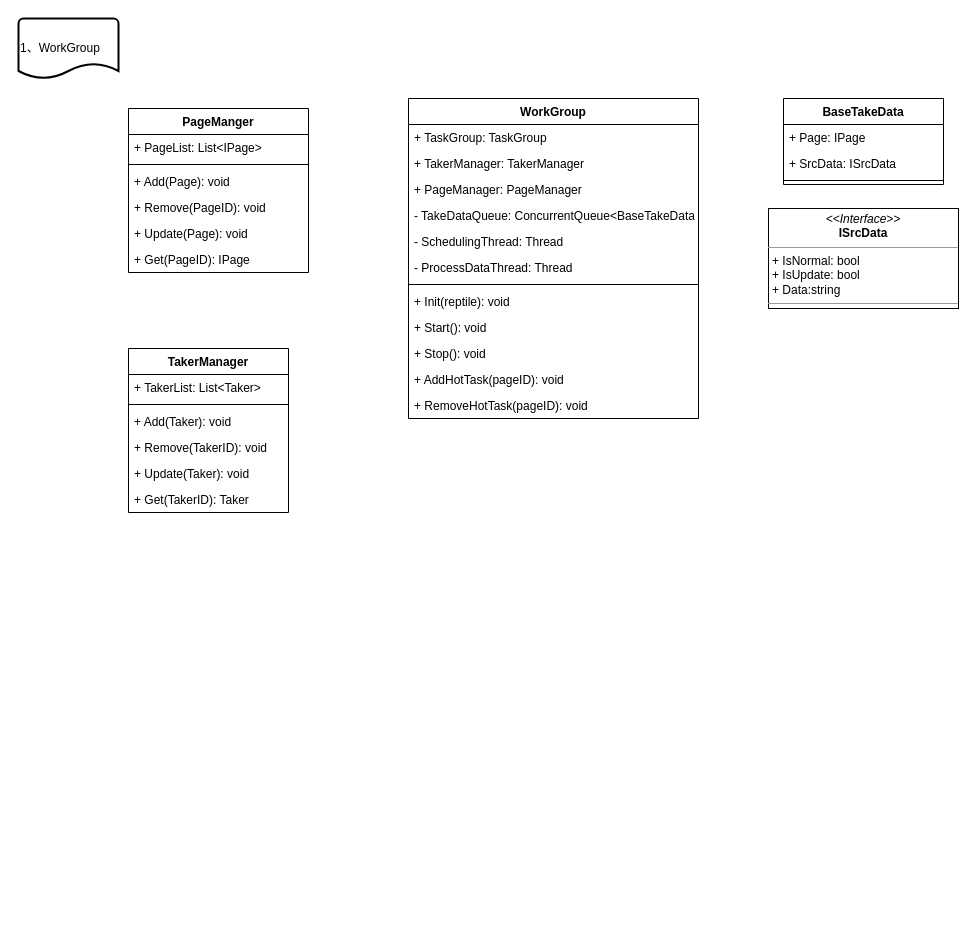
This is page "中心模块" (5 of 8) of Designs.drawio from AugustusGao/CommonReptile, a draw.io file, before an edit. Source tidied: cells renumbered, new cells numbered last; positions are measured from the earlier drawing's top-left corner, leaving out a move shared by most shapes. Both pictures are drawn from the tidied source at 100%, with x=0, y=0 at pixel (18, 18).
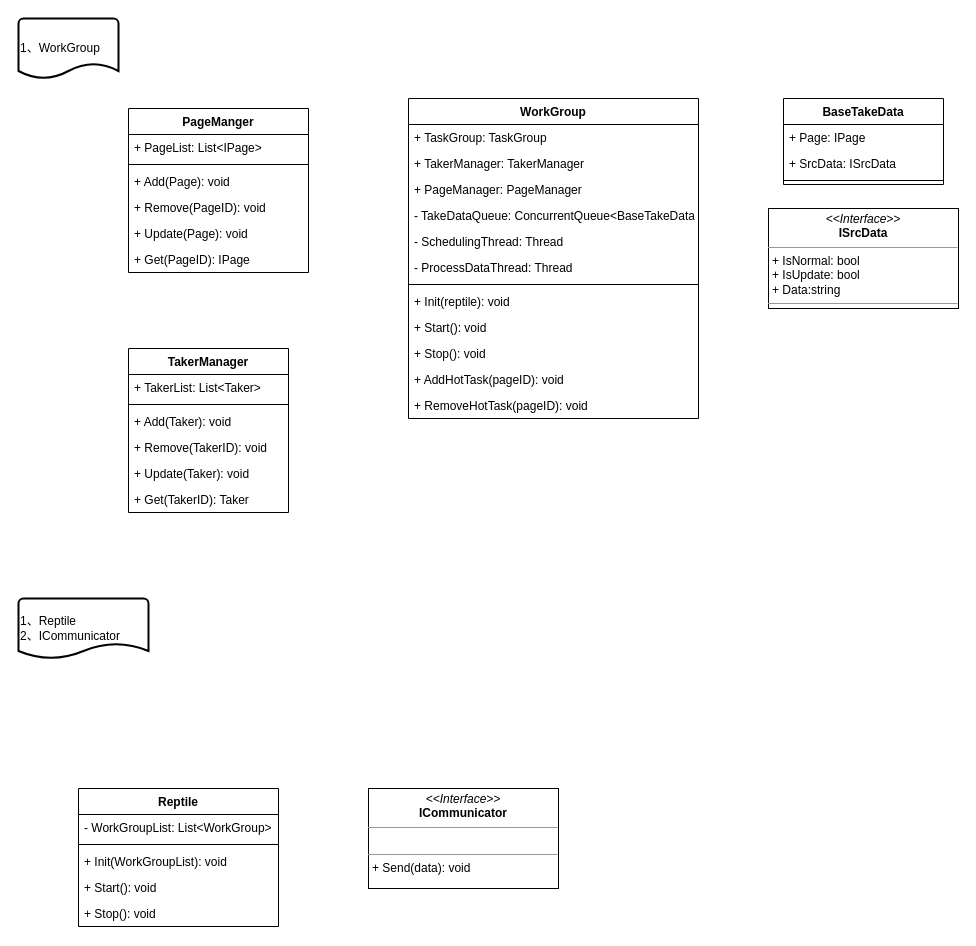
The same page after the edit.

Change to the diagram source:
```diff
@@
+    <mxCell id="35" value="1、Reptile&lt;br&gt;2、ICommunicator" style="strokeWidth=2;html=1;shape=mxgraph.flowchart.document2;whiteSpace=wrap;size=0.25;align=left;" parent="1" vertex="1">
+      <mxGeometry y="580" width="130" height="60" as="geometry" />
+    </mxCell>
+    <mxCell id="36" value="Reptile" style="swimlane;fontStyle=1;align=center;verticalAlign=top;horizontal=1;startSize=26;" parent="1" vertex="1">
+      <mxGeometry x="60" y="770" width="200" height="138" as="geometry" />
+    </mxCell>
+    <mxCell id="37" value="- WorkGroupList: List&lt;WorkGroup&gt;" style="text;strokeColor=none;fillColor=none;align=left;verticalAlign=top;spacingLeft=4;spacingRight=4;overflow=hidden;" parent="36" vertex="1">
+      <mxGeometry y="26" width="200" height="26" as="geometry" />
+    </mxCell>
+    <mxCell id="38" style="line;strokeWidth=1;fillColor=none;align=left;verticalAlign=middle;spacingTop=-1;spacingLeft=3;spacingRight=3;labelPosition=right;" parent="36" vertex="1">
+      <mxGeometry y="52" width="200" height="8" as="geometry" />
+    </mxCell>
+    <mxCell id="39" value="+ Init(WorkGroupList): void" style="text;strokeColor=none;fillColor=none;align=left;verticalAlign=top;spacingLeft=4;spacingRight=4;overflow=hidden;" parent="36" vertex="1">
+      <mxGeometry y="60" width="200" height="26" as="geometry" />
+    </mxCell>
+    <mxCell id="40" value="+ Start(): void" style="text;strokeColor=none;fillColor=none;align=left;verticalAlign=top;spacingLeft=4;spacingRight=4;overflow=hidden;" parent="36" vertex="1">
+      <mxGeometry y="86" width="200" height="26" as="geometry" />
+    </mxCell>
+    <mxCell id="41" value="+ Stop(): void" style="text;strokeColor=none;fillColor=none;align=left;verticalAlign=top;spacingLeft=4;spacingRight=4;overflow=hidden;" parent="36" vertex="1">
+      <mxGeometry y="112" width="200" height="26" as="geometry" />
+    </mxCell>
+    <mxCell id="42" value="&lt;p style=&quot;margin: 0px ; margin-top: 4px ; text-align: center&quot;&gt;&lt;i&gt;&amp;lt;&amp;lt;Interface&amp;gt;&amp;gt;&lt;/i&gt;&lt;br&gt;&lt;b&gt;ICommunicator&lt;/b&gt;&lt;br&gt;&lt;/p&gt;&lt;hr size=&quot;1&quot;&gt;&lt;p style=&quot;margin: 0px ; margin-left: 4px&quot;&gt;&lt;br&gt;&lt;/p&gt;&lt;hr size=&quot;1&quot;&gt;&lt;p style=&quot;margin: 0px ; margin-left: 4px&quot;&gt;+ Send(data): void&lt;/p&gt;" style="verticalAlign=top;align=left;overflow=fill;fontSize=12;fontFamily=Helvetica;html=1;" parent="1" vertex="1">
+      <mxGeometry x="350" y="770" width="190" height="100" as="geometry" />
+    </mxCell>
```
